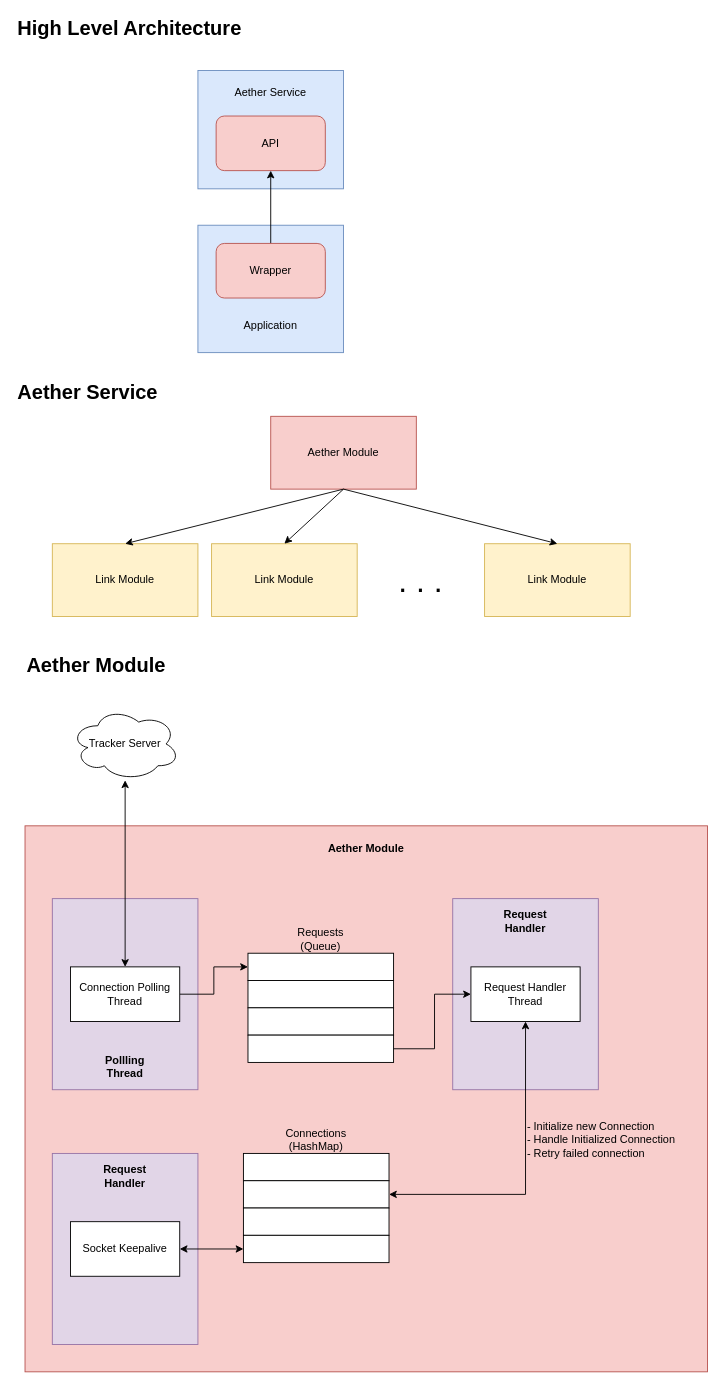
Above: page "Aether Module" (2 of 10) of Software-Architecture.drawio in Prototype-Aether/Prototype-Aether (draw.io), before the change. Source tidied: cells renumbered, new cells numbered last; positions are measured from the earlier drawing's top-left corner, leaving out a move shared by most shapes. Both pictures are drawn from the tidied source at 91%, with x=0, y=0 at pixel (15, 15).
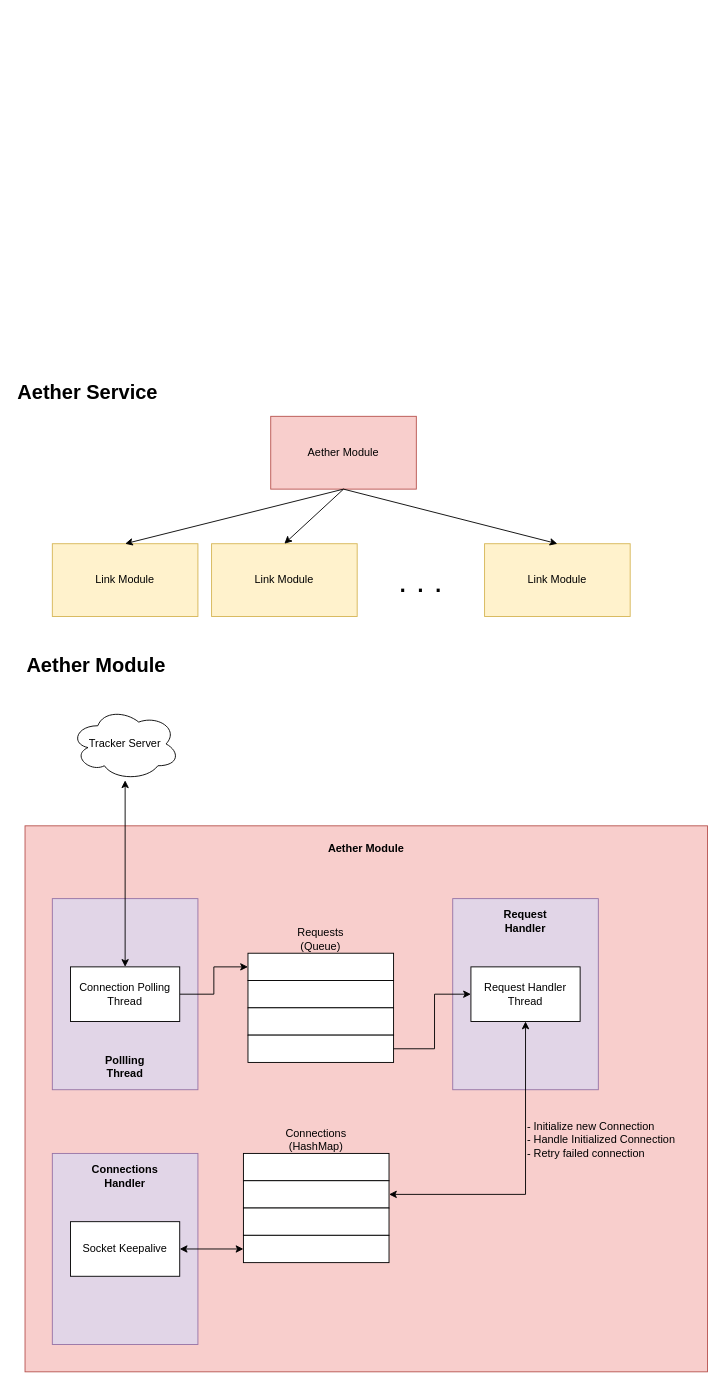
The same diagram, later.

What changed in the source:
```diff
@@
-    <mxCell id="4" style="rounded=0;whiteSpace=wrap;html=1;fillColor=#dae8fc;strokeColor=#6c8ebf;" parent="1" vertex="1">
-      <mxGeometry x="200" y="60" width="160" height="130" as="geometry" />
-    </mxCell>
-    <mxCell id="5" style="rounded=0;whiteSpace=wrap;html=1;fillColor=#dae8fc;strokeColor=#6c8ebf;" parent="1" vertex="1">
-      <mxGeometry x="200" y="230" width="160" height="140" as="geometry" />
-    </mxCell>
-    <mxCell id="6" value="Application" style="text;html=1;strokeColor=none;fillColor=none;align=center;verticalAlign=middle;whiteSpace=wrap;rounded=0;" parent="1" vertex="1">
-      <mxGeometry x="200" y="330" width="160" height="20" as="geometry" />
-    </mxCell>
-    <mxCell id="7" value="API" style="rounded=1;whiteSpace=wrap;html=1;fillColor=#f8cecc;strokeColor=#b85450;" parent="1" vertex="1">
-      <mxGeometry x="220" y="110" width="120" height="60" as="geometry" />
-    </mxCell>
@@
-    <mxCell id="17" style="edgeStyle=orthogonalEdgeStyle;rounded=0;jettySize=auto;html=1;entryX=0.5;entryY=1;entryDx=0;entryDy=0;fontSize=12;fontColor=#000000;" parent="1" edge="1" source="18" target="7">
-      <mxGeometry relative="1" as="geometry" />
-    </mxCell>
-    <mxCell id="18" value="&lt;font style=&quot;font-size: 12px&quot;&gt;Wrapper&lt;/font&gt;" style="rounded=1;whiteSpace=wrap;html=1;fontSize=12;align=center;fillColor=#f8cecc;strokeColor=#b85450;" parent="1" vertex="1">
-      <mxGeometry x="220" y="250" width="120" height="60" as="geometry" />
-    </mxCell>
-    <mxCell id="19" value="Aether Service" style="text;html=1;strokeColor=none;fillColor=none;align=center;verticalAlign=middle;whiteSpace=wrap;rounded=0;fontSize=12;fontColor=#000000;" parent="1" vertex="1">
-      <mxGeometry x="230" y="70" width="100" height="30" as="geometry" />
-    </mxCell>
-    <mxCell id="20" value="High Level Architecture" style="text;html=1;strokeColor=none;fillColor=none;align=left;verticalAlign=middle;whiteSpace=wrap;rounded=0;fontSize=22;fontStyle=1;" parent="1" vertex="1">
-      <mxGeometry width="310" height="30" as="geometry" />
-    </mxCell>
@@
-    <mxCell id="46" value="Request Handler" style="text;html=1;strokeColor=none;fillColor=none;align=center;verticalAlign=middle;whiteSpace=wrap;rounded=0;fontStyle=1;" parent="1" vertex="1">
+    <mxCell id="46" value="Connections Handler" style="text;html=1;strokeColor=none;fillColor=none;align=center;verticalAlign=middle;whiteSpace=wrap;rounded=0;fontStyle=1;" parent="1" vertex="1">
       <mxGeometry x="90" y="1260" width="60" height="30" as="geometry" />
     </mxCell>
```
